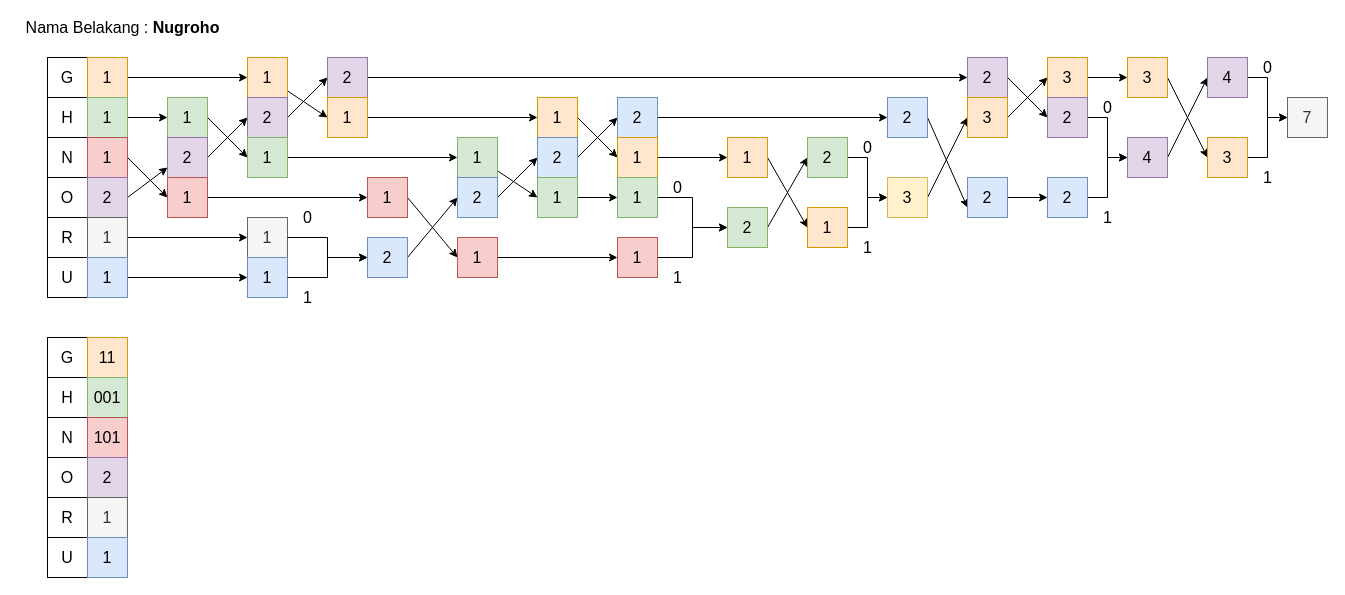
This is page "Nugroho" (3 of 3) of Untitled Diagram.drawio from lukmanprasetyo/Flowchart-Information-Theory, a draw.io file, before an edit. Source tidied: cells renumbered, new cells numbered last; positions are measured from the earlier drawing's top-left corner, leaving out a move shared by most shapes. Both pictures are drawn from the tidied source at 100%, with x=0, y=0 at pixel (17, 17).
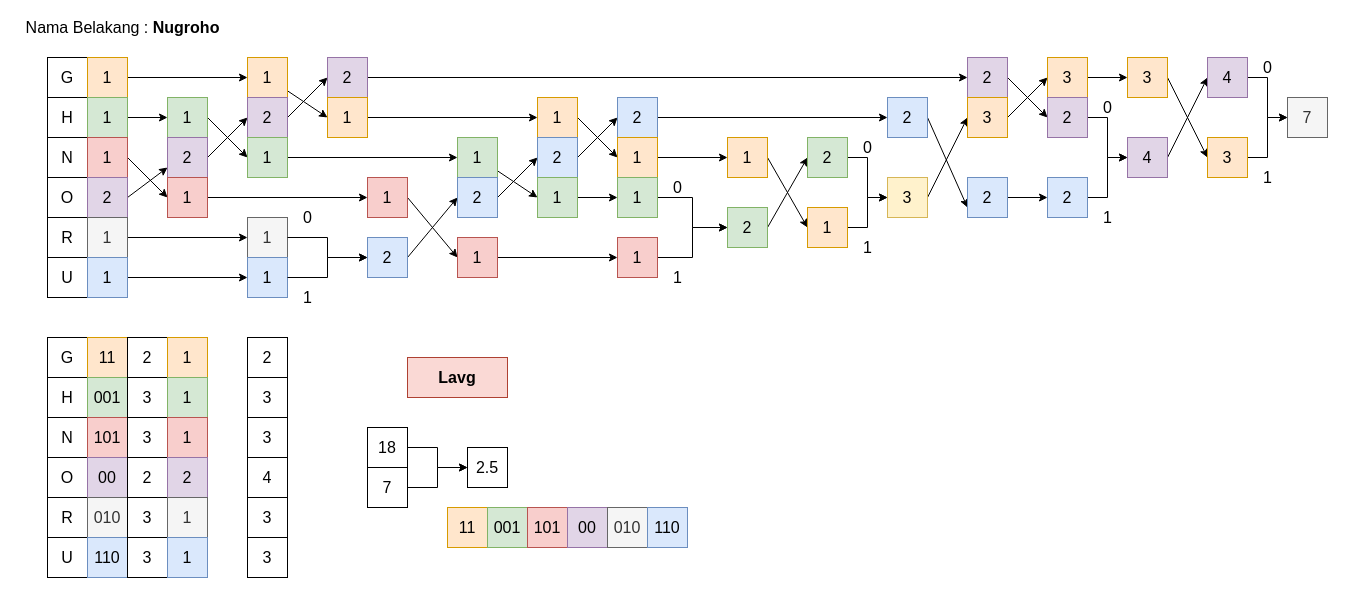
The same page after the edit.

Diff of the diagram source:
```diff
@@
-    <mxCell id="107" value="2" style="rounded=0;whiteSpace=wrap;html=1;fontSize=16;fillColor=#e1d5e7;strokeColor=#9673a6;" parent="1" vertex="1">
+    <mxCell id="107" value="00" style="rounded=0;whiteSpace=wrap;html=1;fontSize=16;fillColor=#e1d5e7;strokeColor=#9673a6;" parent="1" vertex="1">
       <mxGeometry x="70" y="440" width="40" height="40" as="geometry" />
     </mxCell>
-    <mxCell id="108" value="1" style="rounded=0;whiteSpace=wrap;html=1;fontSize=16;fillColor=#f5f5f5;strokeColor=#666666;fontColor=#333333;" parent="1" vertex="1">
+    <mxCell id="108" value="010" style="rounded=0;whiteSpace=wrap;html=1;fontSize=16;fillColor=#f5f5f5;strokeColor=#666666;fontColor=#333333;" parent="1" vertex="1">
       <mxGeometry x="70" y="480" width="40" height="40" as="geometry" />
     </mxCell>
-    <mxCell id="109" value="1" style="rounded=0;whiteSpace=wrap;html=1;fontSize=16;fillColor=#dae8fc;strokeColor=#6c8ebf;" parent="1" vertex="1">
+    <mxCell id="109" value="110" style="rounded=0;whiteSpace=wrap;html=1;fontSize=16;fillColor=#dae8fc;strokeColor=#6c8ebf;" parent="1" vertex="1">
       <mxGeometry x="70" y="520" width="40" height="40" as="geometry" />
     </mxCell>
@@
+    <mxCell id="120" value="2" style="rounded=0;whiteSpace=wrap;html=1;fontSize=16;" parent="1" vertex="1">
+      <mxGeometry x="110" y="320" width="40" height="40" as="geometry" />
+    </mxCell>
+    <mxCell id="121" value="3" style="rounded=0;whiteSpace=wrap;html=1;fontSize=16;" parent="1" vertex="1">
+      <mxGeometry x="110" y="360" width="40" height="40" as="geometry" />
+    </mxCell>
+    <mxCell id="122" value="3" style="rounded=0;whiteSpace=wrap;html=1;fontSize=16;" parent="1" vertex="1">
+      <mxGeometry x="110" y="400" width="40" height="40" as="geometry" />
+    </mxCell>
+    <mxCell id="123" value="2" style="rounded=0;whiteSpace=wrap;html=1;fontSize=16;" parent="1" vertex="1">
+      <mxGeometry x="110" y="440" width="40" height="40" as="geometry" />
+    </mxCell>
+    <mxCell id="124" value="3" style="rounded=0;whiteSpace=wrap;html=1;fontSize=16;" parent="1" vertex="1">
+      <mxGeometry x="110" y="480" width="40" height="40" as="geometry" />
+    </mxCell>
+    <mxCell id="125" value="3" style="rounded=0;whiteSpace=wrap;html=1;fontSize=16;" parent="1" vertex="1">
+      <mxGeometry x="110" y="520" width="40" height="40" as="geometry" />
+    </mxCell>
+    <mxCell id="126" value="1" style="rounded=0;whiteSpace=wrap;html=1;fontSize=16;fillColor=#ffe6cc;strokeColor=#d79b00;" parent="1" vertex="1">
+      <mxGeometry x="150" y="320" width="40" height="40" as="geometry" />
+    </mxCell>
+    <mxCell id="127" value="1" style="rounded=0;whiteSpace=wrap;html=1;fontSize=16;fillColor=#d5e8d4;strokeColor=#82b366;" parent="1" vertex="1">
+      <mxGeometry x="150" y="360" width="40" height="40" as="geometry" />
+    </mxCell>
+    <mxCell id="128" value="1" style="rounded=0;whiteSpace=wrap;html=1;fontSize=16;fillColor=#f8cecc;strokeColor=#b85450;" parent="1" vertex="1">
+      <mxGeometry x="150" y="400" width="40" height="40" as="geometry" />
+    </mxCell>
+    <mxCell id="129" value="2" style="rounded=0;whiteSpace=wrap;html=1;fontSize=16;fillColor=#e1d5e7;strokeColor=#9673a6;" parent="1" vertex="1">
+      <mxGeometry x="150" y="440" width="40" height="40" as="geometry" />
+    </mxCell>
+    <mxCell id="130" value="1" style="rounded=0;whiteSpace=wrap;html=1;fontSize=16;fillColor=#f5f5f5;strokeColor=#666666;fontColor=#333333;" parent="1" vertex="1">
+      <mxGeometry x="150" y="480" width="40" height="40" as="geometry" />
+    </mxCell>
+    <mxCell id="131" value="1" style="rounded=0;whiteSpace=wrap;html=1;fontSize=16;fillColor=#dae8fc;strokeColor=#6c8ebf;" parent="1" vertex="1">
+      <mxGeometry x="150" y="520" width="40" height="40" as="geometry" />
+    </mxCell>
+    <mxCell id="132" value="2" style="rounded=0;whiteSpace=wrap;html=1;fontSize=16;" parent="1" vertex="1">
+      <mxGeometry x="230" y="320" width="40" height="40" as="geometry" />
+    </mxCell>
+    <mxCell id="133" value="3" style="rounded=0;whiteSpace=wrap;html=1;fontSize=16;" parent="1" vertex="1">
+      <mxGeometry x="230" y="360" width="40" height="40" as="geometry" />
+    </mxCell>
+    <mxCell id="134" value="3" style="rounded=0;whiteSpace=wrap;html=1;fontSize=16;" parent="1" vertex="1">
+      <mxGeometry x="230" y="400" width="40" height="40" as="geometry" />
+    </mxCell>
+    <mxCell id="135" value="4" style="rounded=0;whiteSpace=wrap;html=1;fontSize=16;" parent="1" vertex="1">
+      <mxGeometry x="230" y="440" width="40" height="40" as="geometry" />
+    </mxCell>
+    <mxCell id="136" value="3" style="rounded=0;whiteSpace=wrap;html=1;fontSize=16;" parent="1" vertex="1">
+      <mxGeometry x="230" y="480" width="40" height="40" as="geometry" />
+    </mxCell>
+    <mxCell id="137" value="3" style="rounded=0;whiteSpace=wrap;html=1;fontSize=16;" parent="1" vertex="1">
+      <mxGeometry x="230" y="520" width="40" height="40" as="geometry" />
+    </mxCell>
+    <mxCell id="138" style="edgeStyle=orthogonalEdgeStyle;rounded=0;jettySize=auto;html=1;" parent="1" edge="1" source="139" target="142">
+      <mxGeometry relative="1" as="geometry" />
+    </mxCell>
+    <mxCell id="139" value="18" style="rounded=0;whiteSpace=wrap;html=1;fontSize=16;" parent="1" vertex="1">
+      <mxGeometry x="350" y="410" width="40" height="40" as="geometry" />
+    </mxCell>
+    <mxCell id="140" style="edgeStyle=orthogonalEdgeStyle;rounded=0;jettySize=auto;html=1;" parent="1" edge="1" source="141" target="142">
+      <mxGeometry relative="1" as="geometry" />
+    </mxCell>
+    <mxCell id="141" value="7" style="rounded=0;whiteSpace=wrap;html=1;fontSize=16;" parent="1" vertex="1">
+      <mxGeometry x="350" y="450" width="40" height="40" as="geometry" />
+    </mxCell>
+    <mxCell id="142" value="2.5" style="rounded=0;whiteSpace=wrap;html=1;fontSize=16;" parent="1" vertex="1">
+      <mxGeometry x="450" y="430" width="40" height="40" as="geometry" />
+    </mxCell>
+    <mxCell id="143" value="Lavg" style="rounded=0;whiteSpace=wrap;html=1;fontSize=16;fillColor=#fad9d5;strokeColor=#ae4132;fontStyle=1;" parent="1" vertex="1">
+      <mxGeometry x="390" y="340" width="100" height="40" as="geometry" />
+    </mxCell>
+    <mxCell id="144" value="11" style="rounded=0;whiteSpace=wrap;html=1;fontSize=16;fillColor=#ffe6cc;strokeColor=#d79b00;" parent="1" vertex="1">
+      <mxGeometry x="430" y="490" width="40" height="40" as="geometry" />
+    </mxCell>
+    <mxCell id="145" value="001" style="rounded=0;whiteSpace=wrap;html=1;fontSize=16;fillColor=#d5e8d4;strokeColor=#82b366;" parent="1" vertex="1">
+      <mxGeometry x="470" y="490" width="40" height="40" as="geometry" />
+    </mxCell>
+    <mxCell id="146" value="101" style="rounded=0;whiteSpace=wrap;html=1;fontSize=16;fillColor=#f8cecc;strokeColor=#b85450;" parent="1" vertex="1">
+      <mxGeometry x="510" y="490" width="40" height="40" as="geometry" />
+    </mxCell>
+    <mxCell id="147" value="00" style="rounded=0;whiteSpace=wrap;html=1;fontSize=16;fillColor=#e1d5e7;strokeColor=#9673a6;" parent="1" vertex="1">
+      <mxGeometry x="550" y="490" width="40" height="40" as="geometry" />
+    </mxCell>
+    <mxCell id="148" value="010" style="rounded=0;whiteSpace=wrap;html=1;fontSize=16;fillColor=#f5f5f5;strokeColor=#666666;fontColor=#333333;" parent="1" vertex="1">
+      <mxGeometry x="590" y="490" width="40" height="40" as="geometry" />
+    </mxCell>
+    <mxCell id="149" value="110" style="rounded=0;whiteSpace=wrap;html=1;fontSize=16;fillColor=#dae8fc;strokeColor=#6c8ebf;" parent="1" vertex="1">
+      <mxGeometry x="630" y="490" width="40" height="40" as="geometry" />
+    </mxCell>
```
